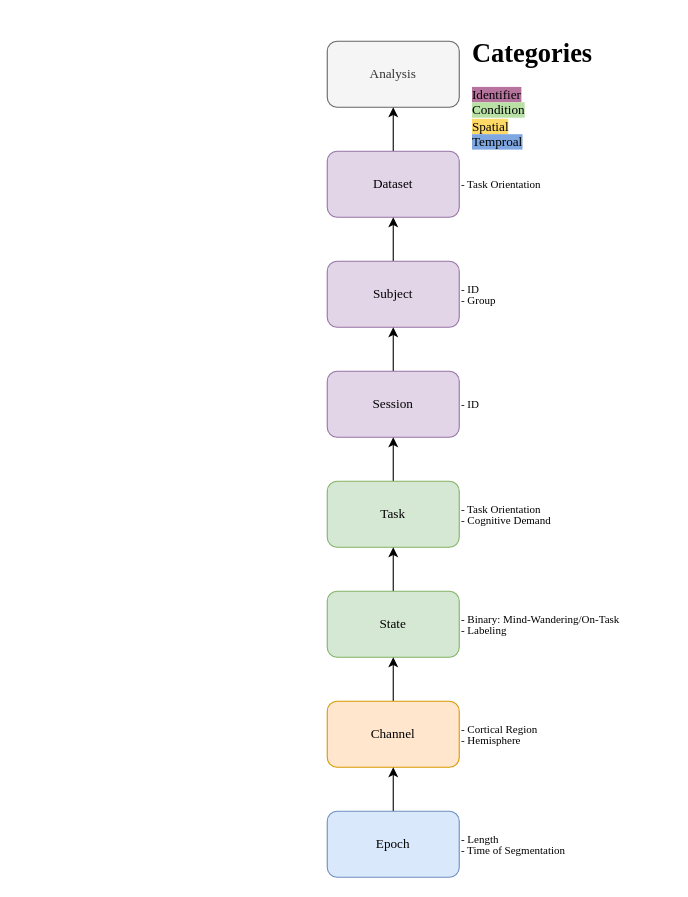
This is reports/plots/hierarchical_structure_diagram.drawio from sivertbk/Master_AttentionalDirectionResearch, a draw.io file, before an edit. Source tidied: cells renumbered, new cells numbered last; positions are measured from the earlier drawing's top-left corner, leaving out a move shared by most shapes. Both pictures are drawn from the tidied source at 110%, with x=0, y=0 at pixel (327, 30).
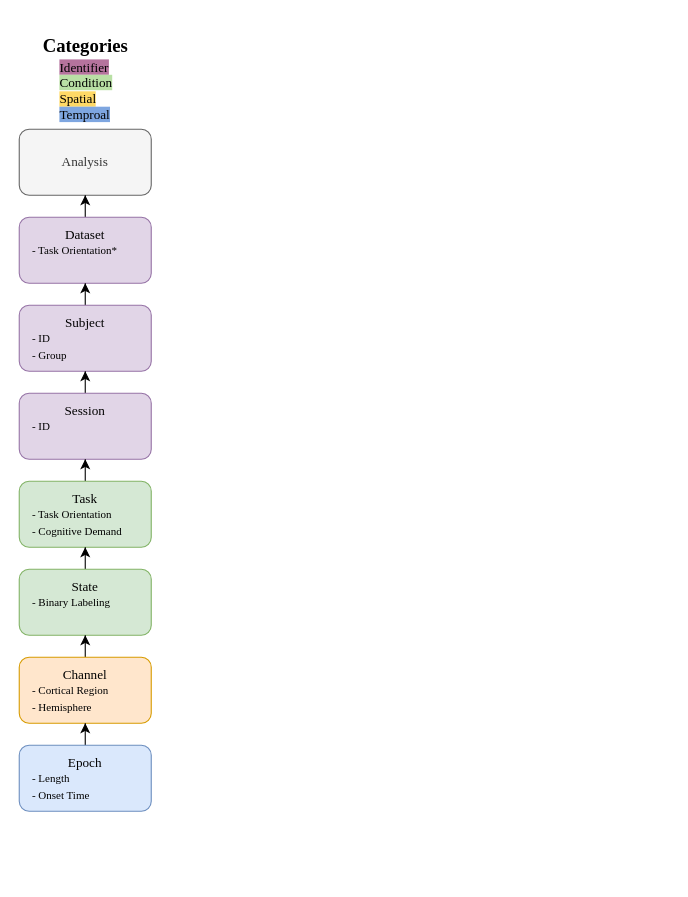
The same diagram, later.

Diff of the diagram source:
```diff
@@
     <mxCell id="2" value="&lt;font face=&quot;Times New Roman&quot;&gt;Analysis&lt;/font&gt;" style="rounded=1;whiteSpace=wrap;html=1;fillColor=#f5f5f5;fontColor=#333333;strokeColor=#666666;" parent="1" vertex="1">
-      <mxGeometry y="10" width="120" height="60" as="geometry" />
+      <mxGeometry x="-280" y="90" width="120" height="60" as="geometry" />
     </mxCell>
@@
-    <mxCell id="4" value="&lt;font face=&quot;Times New Roman&quot;&gt;Dataset&lt;/font&gt;" style="rounded=1;whiteSpace=wrap;html=1;fillColor=#e1d5e7;strokeColor=#9673a6;" parent="1" vertex="1">
-      <mxGeometry y="110" width="120" height="60" as="geometry" />
+    <mxCell id="4" value="&lt;font face=&quot;Times New Roman&quot;&gt;Dataset&lt;/font&gt;&lt;div&gt;&lt;font face=&quot;Times New Roman&quot;&gt;&lt;br&gt;&lt;/font&gt;&lt;/div&gt;&lt;div&gt;&lt;font face=&quot;Times New Roman&quot;&gt;&lt;br&gt;&lt;/font&gt;&lt;/div&gt;" style="rounded=1;whiteSpace=wrap;html=1;fillColor=#e1d5e7;strokeColor=#9673a6;" parent="1" vertex="1">
+      <mxGeometry x="-280" y="170" width="120" height="60" as="geometry" />
     </mxCell>
@@
-    <mxCell id="6" value="&lt;font face=&quot;Times New Roman&quot;&gt;Subject&lt;/font&gt;" style="rounded=1;whiteSpace=wrap;html=1;fillColor=#e1d5e7;strokeColor=#9673a6;" parent="1" vertex="1">
-      <mxGeometry y="210" width="120" height="60" as="geometry" />
+    <mxCell id="6" value="&lt;font face=&quot;Times New Roman&quot;&gt;Subject&lt;/font&gt;&lt;div&gt;&lt;font face=&quot;Times New Roman&quot;&gt;&lt;br&gt;&lt;/font&gt;&lt;/div&gt;&lt;div&gt;&lt;font face=&quot;Times New Roman&quot;&gt;&lt;br&gt;&lt;/font&gt;&lt;/div&gt;" style="rounded=1;whiteSpace=wrap;html=1;fillColor=#e1d5e7;strokeColor=#9673a6;" parent="1" vertex="1">
+      <mxGeometry x="-280" y="250" width="120" height="60" as="geometry" />
     </mxCell>
@@
-    <mxCell id="8" value="&lt;font face=&quot;Times New Roman&quot;&gt;Session&lt;/font&gt;" style="rounded=1;whiteSpace=wrap;html=1;fillColor=#e1d5e7;strokeColor=#9673a6;" parent="1" vertex="1">
-      <mxGeometry y="310" width="120" height="60" as="geometry" />
+    <mxCell id="8" value="&lt;font face=&quot;Times New Roman&quot;&gt;Session&lt;/font&gt;&lt;div&gt;&lt;font face=&quot;Times New Roman&quot;&gt;&lt;br&gt;&lt;/font&gt;&lt;/div&gt;&lt;div&gt;&lt;font face=&quot;Times New Roman&quot;&gt;&lt;br&gt;&lt;/font&gt;&lt;/div&gt;" style="rounded=1;whiteSpace=wrap;html=1;fillColor=#e1d5e7;strokeColor=#9673a6;" parent="1" vertex="1">
+      <mxGeometry x="-280" y="330" width="120" height="60" as="geometry" />
     </mxCell>
@@
-    <mxCell id="10" value="&lt;font face=&quot;Times New Roman&quot;&gt;Task&lt;/font&gt;" style="rounded=1;whiteSpace=wrap;html=1;fillColor=#d5e8d4;strokeColor=#82b366;" parent="1" vertex="1">
-      <mxGeometry y="410" width="120" height="60" as="geometry" />
+    <mxCell id="10" value="&lt;font face=&quot;Times New Roman&quot;&gt;Task&lt;/font&gt;&lt;div&gt;&lt;font face=&quot;Times New Roman&quot;&gt;&lt;br&gt;&lt;/font&gt;&lt;/div&gt;&lt;div&gt;&lt;font face=&quot;Times New Roman&quot;&gt;&lt;br&gt;&lt;/font&gt;&lt;/div&gt;" style="rounded=1;whiteSpace=wrap;html=1;fillColor=#d5e8d4;strokeColor=#82b366;" parent="1" vertex="1">
+      <mxGeometry x="-280" y="410" width="120" height="60" as="geometry" />
     </mxCell>
@@
-    <mxCell id="12" value="&lt;font face=&quot;Times New Roman&quot;&gt;State&lt;/font&gt;" style="rounded=1;whiteSpace=wrap;html=1;fillColor=#d5e8d4;strokeColor=#82b366;" parent="1" vertex="1">
-      <mxGeometry y="510" width="120" height="60" as="geometry" />
+    <mxCell id="12" value="&lt;font face=&quot;Times New Roman&quot;&gt;State&lt;/font&gt;&lt;div&gt;&lt;font face=&quot;Times New Roman&quot;&gt;&lt;br&gt;&lt;/font&gt;&lt;/div&gt;&lt;div&gt;&lt;font face=&quot;Times New Roman&quot;&gt;&lt;br&gt;&lt;/font&gt;&lt;/div&gt;" style="rounded=1;whiteSpace=wrap;html=1;fillColor=#d5e8d4;strokeColor=#82b366;" parent="1" vertex="1">
+      <mxGeometry x="-280" y="490" width="120" height="60" as="geometry" />
     </mxCell>
@@
-    <mxCell id="14" value="&lt;font face=&quot;Times New Roman&quot;&gt;Channel&lt;/font&gt;" style="rounded=1;whiteSpace=wrap;html=1;fillColor=#ffe6cc;strokeColor=#d79b00;" parent="1" vertex="1">
-      <mxGeometry y="610" width="120" height="60" as="geometry" />
+    <mxCell id="14" value="&lt;font face=&quot;Times New Roman&quot;&gt;Channel&lt;/font&gt;&lt;div&gt;&lt;font face=&quot;Times New Roman&quot;&gt;&lt;br&gt;&lt;/font&gt;&lt;/div&gt;&lt;div&gt;&lt;font face=&quot;Times New Roman&quot;&gt;&lt;br&gt;&lt;/font&gt;&lt;/div&gt;" style="rounded=1;whiteSpace=wrap;html=1;fillColor=#ffe6cc;strokeColor=#d79b00;" parent="1" vertex="1">
+      <mxGeometry x="-280" y="570" width="120" height="60" as="geometry" />
     </mxCell>
@@
-    <mxCell id="16" value="&lt;font face=&quot;Times New Roman&quot;&gt;Epoch&lt;/font&gt;" style="rounded=1;whiteSpace=wrap;html=1;fillColor=#dae8fc;strokeColor=#6c8ebf;" parent="1" vertex="1">
-      <mxGeometry y="710" width="120" height="60" as="geometry" />
+    <mxCell id="16" value="&lt;font face=&quot;Times New Roman&quot;&gt;Epoch&lt;/font&gt;&lt;div&gt;&lt;font face=&quot;Times New Roman&quot;&gt;&lt;br&gt;&lt;/font&gt;&lt;/div&gt;&lt;div&gt;&lt;font face=&quot;Times New Roman&quot;&gt;&lt;br&gt;&lt;/font&gt;&lt;/div&gt;" style="rounded=1;whiteSpace=wrap;html=1;fillColor=#dae8fc;strokeColor=#6c8ebf;" parent="1" vertex="1">
+      <mxGeometry x="-280" y="650" width="120" height="60" as="geometry" />
     </mxCell>
-    <mxCell id="17" value="&lt;h1 style=&quot;margin-top: 0px;&quot;&gt;&lt;font face=&quot;Times New Roman&quot;&gt;Categories&lt;/font&gt;&lt;/h1&gt;&lt;p&gt;&lt;font face=&quot;Times New Roman&quot;&gt;&lt;span style=&quot;background-color: rgb(181, 115, 157);&quot;&gt;Identifier&lt;/span&gt;&lt;br&gt;&lt;span style=&quot;background-color: rgb(185, 224, 165);&quot;&gt;Condition&lt;/span&gt;&lt;br&gt;&lt;span style=&quot;background-color: rgb(255, 217, 102);&quot;&gt;Spatial&lt;/span&gt;&lt;br&gt;&lt;span style=&quot;background-color: rgb(126, 166, 224);&quot;&gt;Temproal&lt;/span&gt;&lt;/font&gt;&lt;/p&gt;" style="text;html=1;whiteSpace=wrap;overflow=hidden;rounded=0;" parent="1" vertex="1">
-      <mxGeometry x="130" width="180" height="120" as="geometry" />
-    </mxCell>
-    <mxCell id="18" value="&lt;font face=&quot;Times New Roman&quot; style=&quot;font-size: 10px;&quot;&gt;- Task Orientation&lt;/font&gt;" style="text;html=1;align=left;verticalAlign=middle;strokeColor=none;fillColor=none;" parent="1" vertex="1">
-      <mxGeometry x="120" y="125" width="100" height="30" as="geometry" />
+    <mxCell id="18" value="&lt;font face=&quot;Times New Roman&quot; style=&quot;font-size: 10px;&quot;&gt;- Task Orientation*&lt;/font&gt;" style="text;html=1;align=left;verticalAlign=middle;strokeColor=none;fillColor=none;" parent="1" vertex="1">
+      <mxGeometry x="-270" y="185" width="100" height="30" as="geometry" />
     </mxCell>
     <mxCell id="19" value="&lt;font face=&quot;Times New Roman&quot; style=&quot;font-size: 10px;&quot;&gt;- ID&lt;/font&gt;" style="text;html=1;align=left;verticalAlign=middle;strokeColor=none;fillColor=none;" parent="1" vertex="1">
-      <mxGeometry x="120" y="220" width="40" height="30" as="geometry" />
+      <mxGeometry x="-270" y="265" width="40" height="30" as="geometry" />
     </mxCell>
     <mxCell id="20" value="&lt;font face=&quot;Times New Roman&quot; style=&quot;font-size: 10px;&quot;&gt;- Group&lt;/font&gt;" style="text;html=1;align=left;verticalAlign=middle;strokeColor=none;fillColor=none;" parent="1" vertex="1">
-      <mxGeometry x="120" y="230" width="50" height="30" as="geometry" />
+      <mxGeometry x="-270" y="280" width="50" height="30" as="geometry" />
     </mxCell>
     <mxCell id="21" value="&lt;font face=&quot;Times New Roman&quot; style=&quot;font-size: 10px;&quot;&gt;- ID&lt;/font&gt;" style="text;html=1;align=left;verticalAlign=middle;strokeColor=none;fillColor=none;" parent="1" vertex="1">
-      <mxGeometry x="120" y="325" width="40" height="30" as="geometry" />
+      <mxGeometry x="-270" y="345" width="40" height="30" as="geometry" />
     </mxCell>
     <mxCell id="22" value="&lt;font face=&quot;Times New Roman&quot; style=&quot;font-size: 10px;&quot;&gt;- Task Orientation&lt;/font&gt;" style="text;html=1;align=left;verticalAlign=middle;strokeColor=none;fillColor=none;" parent="1" vertex="1">
-      <mxGeometry x="120" y="420" width="100" height="30" as="geometry" />
+      <mxGeometry x="-270" y="425" width="100" height="30" as="geometry" />
     </mxCell>
     <mxCell id="23" value="&lt;font face=&quot;Times New Roman&quot; style=&quot;font-size: 10px;&quot;&gt;- Cognitive Demand&lt;/font&gt;" style="text;html=1;align=left;verticalAlign=middle;strokeColor=none;fillColor=none;" parent="1" vertex="1">
-      <mxGeometry x="120" y="430" width="110" height="30" as="geometry" />
+      <mxGeometry x="-270" y="440" width="110" height="30" as="geometry" />
     </mxCell>
-    <mxCell id="24" value="&lt;font face=&quot;Times New Roman&quot; style=&quot;font-size: 10px;&quot;&gt;- Binary: Mind-Wandering/On-Task&lt;/font&gt;" style="text;html=1;align=left;verticalAlign=middle;strokeColor=none;fillColor=none;" parent="1" vertex="1">
-      <mxGeometry x="120" y="520" width="170" height="30" as="geometry" />
+    <mxCell id="24" value="&lt;font face=&quot;Times New Roman&quot; style=&quot;font-size: 10px;&quot;&gt;- Binary Labeling&lt;/font&gt;" style="text;html=1;align=left;verticalAlign=middle;strokeColor=none;fillColor=none;" parent="1" vertex="1">
+      <mxGeometry x="-270" y="505" width="90" height="30" as="geometry" />
     </mxCell>
     <mxCell id="25" value="&lt;font face=&quot;Times New Roman&quot; style=&quot;font-size: 10px;&quot;&gt;- Cortical Region&lt;/font&gt;" style="text;html=1;align=left;verticalAlign=middle;strokeColor=none;fillColor=none;" parent="1" vertex="1">
-      <mxGeometry x="120" y="620" width="90" height="30" as="geometry" />
+      <mxGeometry x="-270" y="585" width="90" height="30" as="geometry" />
     </mxCell>
     <mxCell id="26" value="&lt;font face=&quot;Times New Roman&quot; style=&quot;font-size: 10px;&quot;&gt;- Hemisphere&lt;/font&gt;" style="text;html=1;align=left;verticalAlign=middle;strokeColor=none;fillColor=none;" parent="1" vertex="1">
-      <mxGeometry x="120" y="630" width="80" height="30" as="geometry" />
+      <mxGeometry x="-270" y="600" width="80" height="30" as="geometry" />
     </mxCell>
     <mxCell id="27" value="&lt;font face=&quot;Times New Roman&quot; style=&quot;font-size: 10px;&quot;&gt;- Length&lt;/font&gt;" style="text;html=1;align=left;verticalAlign=middle;strokeColor=none;fillColor=none;" parent="1" vertex="1">
-      <mxGeometry x="120" y="720" width="60" height="30" as="geometry" />
+      <mxGeometry x="-270" y="665" width="60" height="30" as="geometry" />
     </mxCell>
-    <mxCell id="28" value="&lt;font face=&quot;Times New Roman&quot; style=&quot;font-size: 10px;&quot;&gt;- Time of Segmentation&lt;/font&gt;" style="text;html=1;align=left;verticalAlign=middle;strokeColor=none;fillColor=none;" parent="1" vertex="1">
-      <mxGeometry x="120" y="730" width="120" height="30" as="geometry" />
+    <mxCell id="28" value="&lt;font face=&quot;Times New Roman&quot; style=&quot;font-size: 10px;&quot;&gt;- Onset Time&lt;/font&gt;" style="text;html=1;align=left;verticalAlign=middle;strokeColor=none;fillColor=none;" parent="1" vertex="1">
+      <mxGeometry x="-270" y="680" width="80" height="30" as="geometry" />
     </mxCell>
-    <mxCell id="29" value="&lt;font face=&quot;Times New Roman&quot; style=&quot;font-size: 10px;&quot;&gt;- Labeling&lt;/font&gt;" style="text;html=1;align=left;verticalAlign=middle;strokeColor=none;fillColor=none;" parent="1" vertex="1">
-      <mxGeometry x="120" y="530" width="60" height="30" as="geometry" />
-    </mxCell>
+    <mxCell id="30" value="&lt;h1 style=&quot;text-align: left; text-wrap-mode: wrap; margin-top: 0px;&quot;&gt;&lt;font style=&quot;font-size: 17px;&quot; face=&quot;Times New Roman&quot;&gt;Categories&lt;/font&gt;&lt;/h1&gt;" style="text;html=1;align=center;verticalAlign=middle;strokeColor=none;fillColor=none;" parent="1" vertex="1">
+      <mxGeometry x="-270" y="-10" width="100" height="60" as="geometry" />
+    </mxCell>
+    <mxCell id="31" value="&lt;span style=&quot;font-family: &amp;quot;Times New Roman&amp;quot;; text-wrap-mode: wrap; background-color: rgb(181, 115, 157);&quot;&gt;Identifier&lt;/span&gt;&lt;br style=&quot;font-family: &amp;quot;Times New Roman&amp;quot;; text-wrap-mode: wrap;&quot;&gt;&lt;span style=&quot;font-family: &amp;quot;Times New Roman&amp;quot;; text-wrap-mode: wrap; background-color: rgb(185, 224, 165);&quot;&gt;Condition&lt;/span&gt;&lt;br style=&quot;font-family: &amp;quot;Times New Roman&amp;quot;; text-wrap-mode: wrap;&quot;&gt;&lt;span style=&quot;font-family: &amp;quot;Times New Roman&amp;quot;; text-wrap-mode: wrap; background-color: rgb(255, 217, 102);&quot;&gt;Spatial&lt;/span&gt;&lt;br style=&quot;font-family: &amp;quot;Times New Roman&amp;quot;; text-wrap-mode: wrap;&quot;&gt;&lt;div style=&quot;&quot;&gt;&lt;span style=&quot;background-color: light-dark(rgb(126, 166, 224), rgb(67, 102, 151)); font-family: &amp;quot;Times New Roman&amp;quot;; text-wrap-mode: wrap; color: light-dark(rgb(0, 0, 0), rgb(255, 255, 255));&quot;&gt;Temproal&lt;/span&gt;&lt;/div&gt;" style="text;html=1;align=left;verticalAlign=middle;strokeColor=none;fillColor=none;" parent="1" vertex="1">
+      <mxGeometry x="-245" y="20" width="70" height="70" as="geometry" />
+    </mxCell>
```
